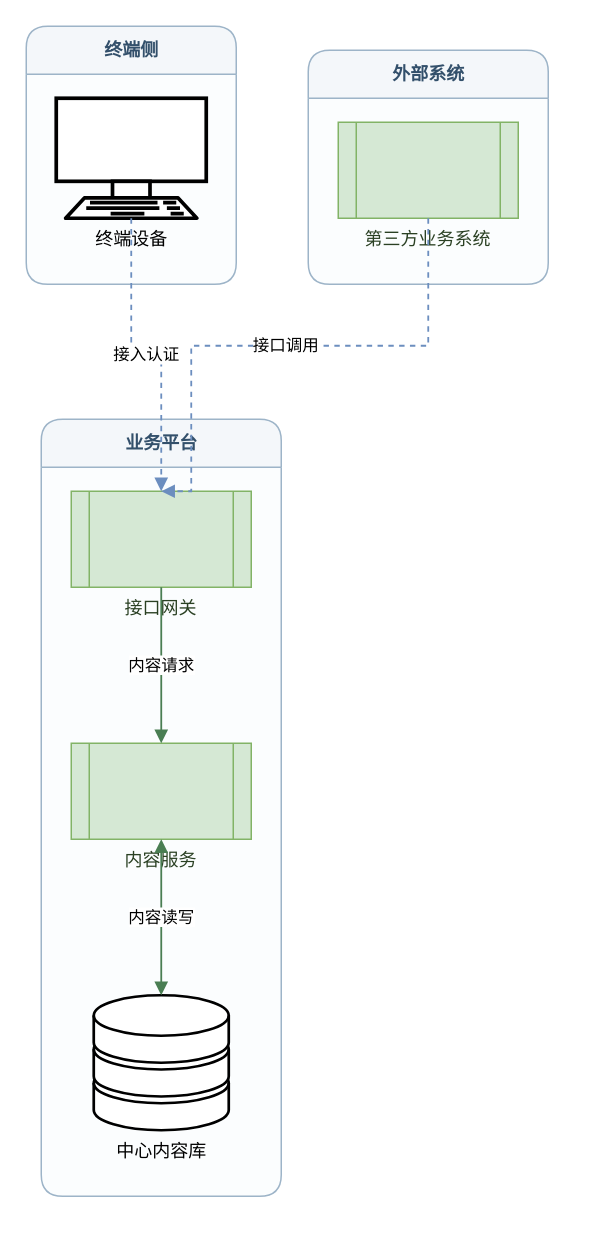
The draw.io diagram out/business.drawio in ttonghao-thao/Ai-Diagram, before the edit. Source tidied: cells renumbered, new cells numbered last; positions are measured from the earlier drawing's top-left corner, leaving out a move shared by most shapes. Both pictures are drawn from the tidied source at 150%, with x=0, y=0 at pixel (26, 26).
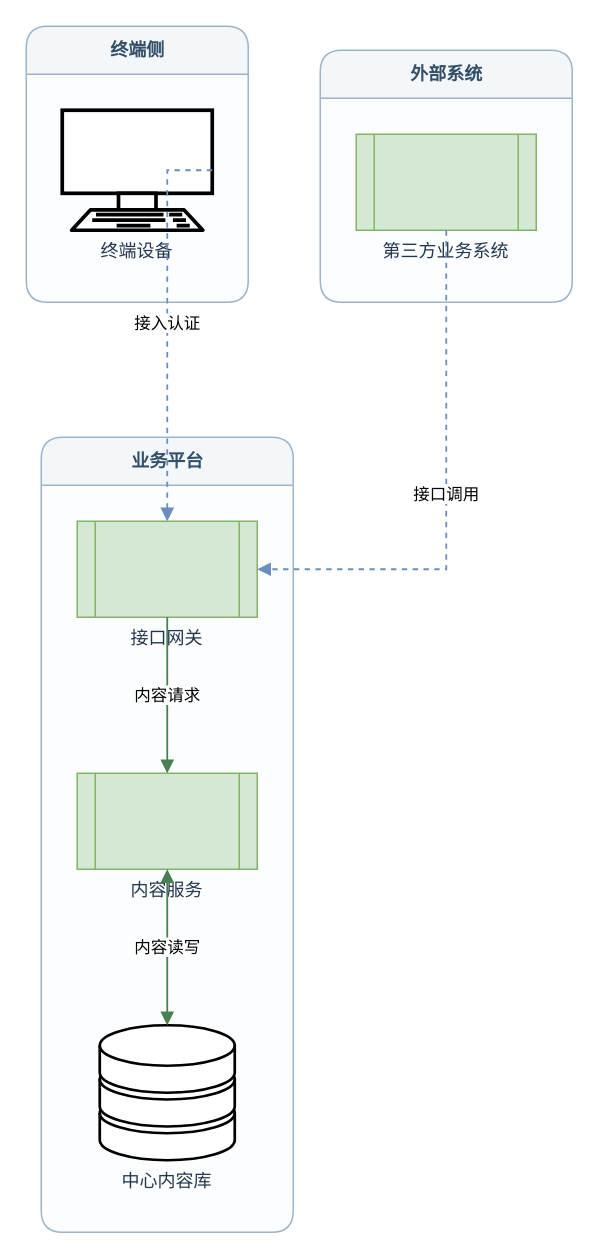
The same page after the edit.

Change to the diagram source:
```diff
@@
 <mxGraphModel>
   <root>
     <mxCell id="0" />
     <mxCell id="1" parent="0" />
     <mxCell id="2" value="外部系统" style="swimlane;html=1;startSize=32;horizontal=1;rounded=1;fillColor=#F4F7FA;strokeColor=#9DB4C8;fontColor=#33506B;swimlaneFillColor=#FBFDFE;" parent="1" vertex="1">
-      <mxGeometry x="188" y="16" width="160" height="156" as="geometry" />
+      <mxGeometry x="196" y="16" width="168" height="168" as="geometry" />
     </mxCell>
     <mxCell id="3" value="业务平台" style="swimlane;html=1;startSize=32;horizontal=1;rounded=1;fillColor=#F4F7FA;strokeColor=#9DB4C8;fontColor=#33506B;swimlaneFillColor=#FBFDFE;" parent="1" vertex="1">
-      <mxGeometry x="10" y="262" width="160" height="518" as="geometry" />
+      <mxGeometry x="10" y="274" width="168" height="530" as="geometry" />
     </mxCell>
     <mxCell id="4" value="终端侧" style="swimlane;html=1;startSize=32;horizontal=1;rounded=1;fillColor=#F4F7FA;strokeColor=#9DB4C8;fontColor=#33506B;swimlaneFillColor=#FBFDFE;" parent="1" vertex="1">
-      <mxGeometry width="140" height="172" as="geometry" />
+      <mxGeometry width="148" height="184" as="geometry" />
     </mxCell>
-    <mxCell id="5" value="第三方业务系统" style="shape=process;whiteSpace=wrap;fillColor=#D5E8D4;strokeColor=#82B366;fontColor=#2A4023;verticalLabelPosition=bottom;verticalAlign=top;align=center;html=1;aiKind=service;" parent="2" vertex="1">
-      <mxGeometry x="20" y="48" width="120" height="64" as="geometry" />
+    <mxCell id="5" value="第三方业务系统" style="shape=process;whiteSpace=wrap;fillColor=#D5E8D4;strokeColor=#82B366;fontColor=#2A4023;verticalLabelPosition=bottom;verticalAlign=top;align=center;html=1;aiKind=service;aiDeviceType=service;fontSize=12;fontColor=#24374D;whiteSpace=wrap;labelWidth=120;verticalLabelPosition=bottom;verticalAlign=top;align=center;aiKind=service;" parent="2" vertex="1">
+      <mxGeometry x="24" y="56" width="120" height="64" as="geometry" />
     </mxCell>
-    <mxCell id="6" value="接口网关" style="shape=process;whiteSpace=wrap;fillColor=#D5E8D4;strokeColor=#82B366;fontColor=#2A4023;verticalLabelPosition=bottom;verticalAlign=top;align=center;html=1;aiKind=service;" parent="3" vertex="1">
-      <mxGeometry x="20" y="48" width="120" height="64" as="geometry" />
+    <mxCell id="6" value="接口网关" style="shape=process;whiteSpace=wrap;fillColor=#D5E8D4;strokeColor=#82B366;fontColor=#2A4023;verticalLabelPosition=bottom;verticalAlign=top;align=center;html=1;aiKind=service;aiDeviceType=service;fontSize=12;fontColor=#24374D;whiteSpace=wrap;labelWidth=120;verticalLabelPosition=bottom;verticalAlign=top;align=center;aiKind=service;" parent="3" vertex="1">
+      <mxGeometry x="24" y="56" width="120" height="64" as="geometry" />
     </mxCell>
-    <mxCell id="7" value="内容服务" style="shape=process;whiteSpace=wrap;fillColor=#D5E8D4;strokeColor=#82B366;fontColor=#2A4023;verticalLabelPosition=bottom;verticalAlign=top;align=center;html=1;aiKind=service;" parent="3" vertex="1">
-      <mxGeometry x="20" y="216" width="120" height="64" as="geometry" />
+    <mxCell id="7" value="内容服务" style="shape=process;whiteSpace=wrap;fillColor=#D5E8D4;strokeColor=#82B366;fontColor=#2A4023;verticalLabelPosition=bottom;verticalAlign=top;align=center;html=1;aiKind=service;aiDeviceType=service;fontSize=12;fontColor=#24374D;whiteSpace=wrap;labelWidth=120;verticalLabelPosition=bottom;verticalAlign=top;align=center;aiKind=service;" parent="3" vertex="1">
+      <mxGeometry x="24" y="224" width="120" height="64" as="geometry" />
     </mxCell>
-    <mxCell id="8" value="中心内容库" style="shape=mxgraph.networks.storage;verticalLabelPosition=bottom;verticalAlign=top;align=center;html=1;aiKind=database;" parent="3" vertex="1">
-      <mxGeometry x="35" y="384" width="90" height="90" as="geometry" />
+    <mxCell id="8" value="中心内容库" style="shape=mxgraph.networks.storage;verticalLabelPosition=bottom;verticalAlign=top;align=center;html=1;aiKind=database;aiDeviceType=database;fontSize=12;fontColor=#24374D;whiteSpace=wrap;labelWidth=90;verticalLabelPosition=bottom;verticalAlign=top;align=center;aiKind=database;aiNetworkRole=endpoint;aiShapeId=networks.storage;" parent="3" vertex="1">
+      <mxGeometry x="39" y="392" width="90" height="90" as="geometry" />
     </mxCell>
-    <mxCell id="9" value="终端设备" style="shape=mxgraph.networks.terminal;verticalLabelPosition=bottom;verticalAlign=top;align=center;html=1;aiKind=client;" parent="4" vertex="1">
-      <mxGeometry x="20" y="48" width="100" height="80" as="geometry" />
+    <mxCell id="9" value="终端设备" style="shape=mxgraph.networks.terminal;verticalLabelPosition=bottom;verticalAlign=top;align=center;html=1;aiKind=client;aiDeviceType=client;fontSize=12;fontColor=#24374D;whiteSpace=wrap;labelWidth=100;verticalLabelPosition=bottom;verticalAlign=top;align=center;aiKind=client;aiNetworkRole=endpoint;aiShapeId=networks.terminal;" parent="4" vertex="1">
+      <mxGeometry x="24" y="56" width="100" height="80" as="geometry" />
     </mxCell>
-    <mxCell id="10" value="接口调用" style="edgeStyle=orthogonalEdgeStyle;rounded=0;jettySize=auto;html=1;dashed=1;strokeColor=#6C8EBF;strokeWidth=1.2;startArrow=none;startFill=0;endArrow=block;endFill=1;aiKind=logical;aiDirection=forward;exitX=0.5;exitY=1;exitDx=0;exitDy=0;entryX=0.5;entryY=0;entryDx=0;entryDy=0;" parent="1" edge="1" source="5" target="6">
+    <mxCell id="10" value="接口调用" style="edgeStyle=orthogonalEdgeStyle;exitX=0.5;exitY=1;entryX=1;entryY=0.5;rounded=0;html=1;dashed=1;strokeColor=#6C8EBF;strokeWidth=1.2;startArrow=none;startFill=0;endArrow=block;endFill=1;aiKind=logical;aiDirection=forward;" parent="1" edge="1" source="5" target="6">
       <mxGeometry relative="1" as="geometry">
         <Array as="points">
-          <mxPoint x="268" y="213" />
-          <mxPoint x="110" y="213" />
+          <mxPoint x="280" y="362" />
         </Array>
       </mxGeometry>
     </mxCell>
-    <mxCell id="11" value="内容请求" style="edgeStyle=orthogonalEdgeStyle;rounded=0;jettySize=auto;html=1;strokeColor=#4A7E53;strokeWidth=1.2;startArrow=none;startFill=0;endArrow=block;endFill=1;aiKind=dataflow;aiDirection=forward;exitX=0.5;exitY=1;exitDx=0;exitDy=0;entryX=0.5;entryY=0;entryDx=0;entryDy=0;" parent="1" edge="1" source="6" target="7">
+    <mxCell id="11" value="内容请求" style="edgeStyle=orthogonalEdgeStyle;exitX=0.5;exitY=1;entryX=0.5;entryY=0;rounded=0;html=1;strokeColor=#4A7E53;strokeWidth=1.2;startArrow=none;startFill=0;endArrow=block;endFill=1;aiKind=dataflow;aiDirection=forward;" parent="1" edge="1" source="6" target="7">
       <mxGeometry relative="1" as="geometry" />
     </mxCell>
-    <mxCell id="12" value="内容读写" style="edgeStyle=orthogonalEdgeStyle;rounded=0;jettySize=auto;html=1;strokeColor=#4A7E53;strokeWidth=1.2;startArrow=block;startFill=1;endArrow=block;endFill=1;aiKind=dataflow;aiDirection=bidirectional;exitX=0.5;exitY=1;exitDx=0;exitDy=0;entryX=0.5;entryY=0;entryDx=0;entryDy=0;" parent="1" edge="1" source="7" target="8">
+    <mxCell id="12" value="内容读写" style="edgeStyle=orthogonalEdgeStyle;exitX=0.5;exitY=1;entryX=0.5;entryY=0;rounded=0;html=1;strokeColor=#4A7E53;strokeWidth=1.2;startArrow=block;startFill=1;endArrow=block;endFill=1;aiKind=dataflow;aiDirection=bidirectional;" parent="1" edge="1" source="7" target="8">
       <mxGeometry relative="1" as="geometry" />
     </mxCell>
-    <mxCell id="13" value="接入认证" style="edgeStyle=orthogonalEdgeStyle;rounded=0;jettySize=auto;html=1;dashed=1;strokeColor=#6C8EBF;strokeWidth=1.2;startArrow=none;startFill=0;endArrow=block;endFill=1;aiKind=logical;aiDirection=forward;exitX=0.5;exitY=1;exitDx=0;exitDy=0;entryX=0.5;entryY=0;entryDx=0;entryDy=0;" parent="1" edge="1" source="9" target="6">
-      <mxGeometry relative="1" as="geometry" />
+    <mxCell id="13" value="接入认证" style="edgeStyle=orthogonalEdgeStyle;exitX=1;exitY=0.5;entryX=0.5;entryY=0;rounded=0;html=1;dashed=1;strokeColor=#6C8EBF;strokeWidth=1.2;startArrow=none;startFill=0;endArrow=block;endFill=1;aiKind=logical;aiDirection=forward;" parent="1" edge="1" source="9" target="6">
+      <mxGeometry relative="1" as="geometry">
+        <Array as="points">
+          <mxPoint x="94" y="96" />
+        </Array>
+      </mxGeometry>
     </mxCell>
   </root>
 </mxGraphModel>
```
